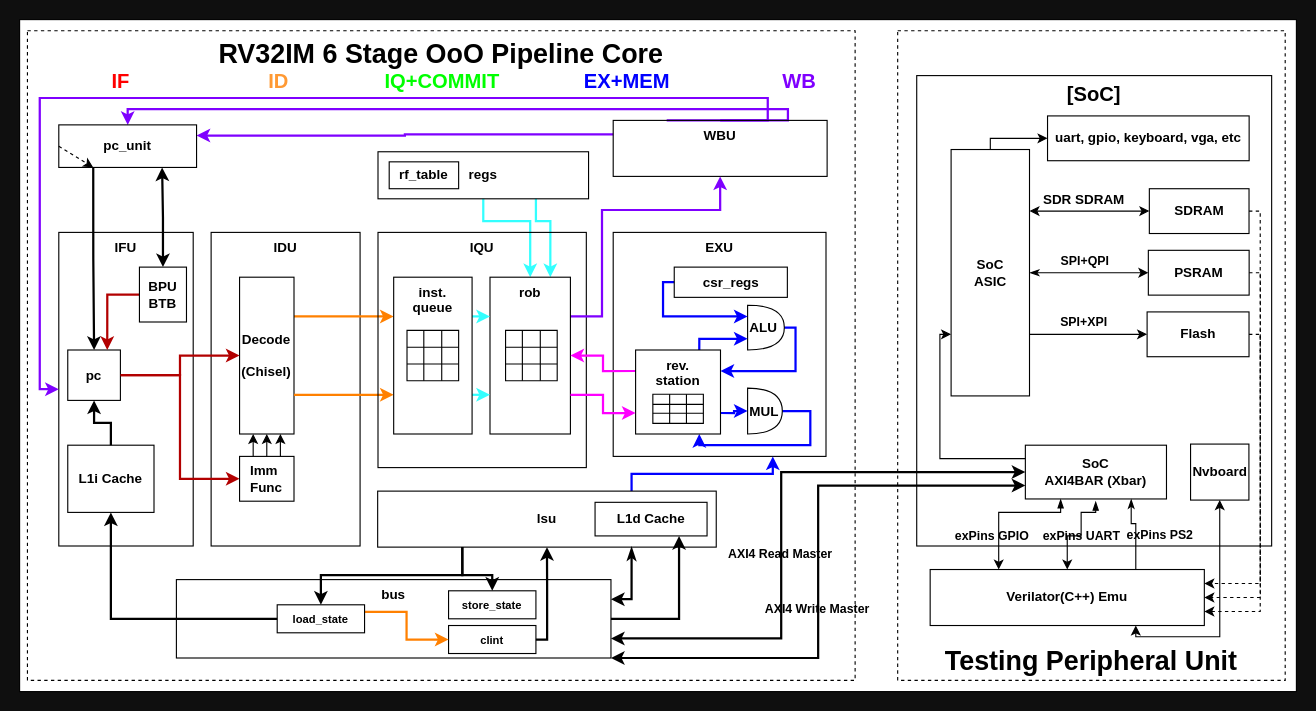
Kingfish404/raptor-chip keeps this draw.io diagram as docs/assets/npc-pipeline.drawio. Above is the earlier version. Source tidied: cells renumbered, new cells numbered last; positions are measured from the earlier drawing's top-left corner, leaving out a move shared by most shapes. Both pictures are drawn from the tidied source at 112%, with x=0, y=0 at pixel (19, 19).
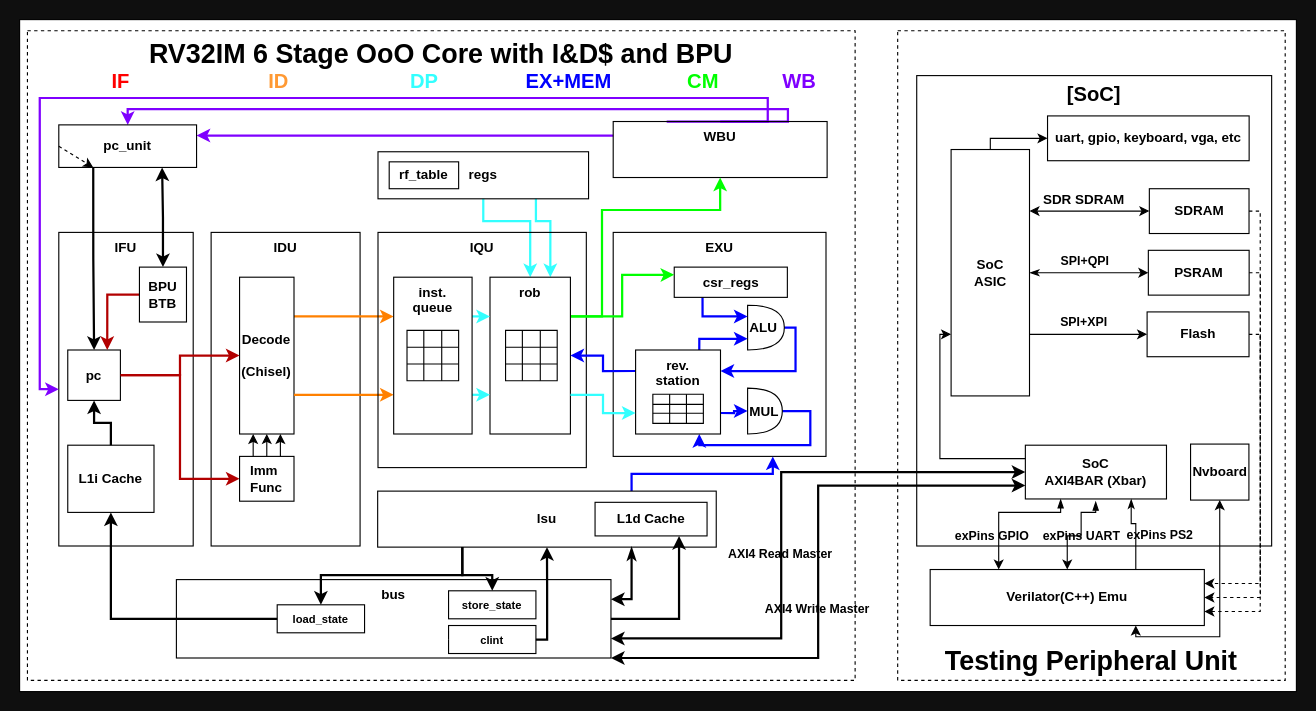
The same page after the edit.

The change refers to these unchanged cells:
```xml
<mxCell id="16" value="ALU" style="shape=or;whiteSpace=wrap;html=1;rounded=0;strokeColor=default;gradientColor=none;align=left;fontStyle=1;fillColor=none;" parent="1" vertex="1">
  <mxGeometry x="650" y="255" width="32.8" height="40" as="geometry" />
</mxCell>
<mxCell id="45" value="clint" style="whiteSpace=wrap;html=1;fontStyle=1;fontSize=10;fillColor=none;" parent="1" vertex="1">
  <mxGeometry x="383" y="541" width="78" height="25" as="geometry" />
</mxCell>
<mxCell id="65" value="csr_regs" style="rounded=0;whiteSpace=wrap;html=1;strokeColor=default;gradientColor=none;fontStyle=1;fillColor=none;" parent="1" vertex="1">
  <mxGeometry x="584.5" y="221" width="101" height="27" as="geometry" />
</mxCell>
<mxCell id="75" value="load_state" style="whiteSpace=wrap;html=1;fontStyle=1;fontSize=10;fillColor=none;" parent="1" vertex="1">
  <mxGeometry x="230" y="522.5" width="78" height="25" as="geometry" />
</mxCell>
<mxCell id="84" value="rob" style="whiteSpace=wrap;html=1;verticalAlign=top;fontStyle=1;" parent="1" vertex="1">
  <mxGeometry x="420" y="230" width="71.8" height="140" as="geometry" />
</mxCell>
<mxCell id="91" value="rev.&lt;br&gt;station" style="whiteSpace=wrap;html=1;verticalAlign=top;fontStyle=1;" parent="1" vertex="1">
  <mxGeometry x="550" y="295" width="75.8" height="75" as="geometry" />
</mxCell>
```

Diff of the diagram source:
```diff
@@
-    <mxCell id="4" value="&lt;span&gt;&lt;font style=&quot;font-size: 24px;&quot;&gt;RV32IM 6 Stage OoO Pipeline Core&lt;/font&gt;&lt;/span&gt;" style="whiteSpace=wrap;html=1;rounded=0;glass=0;dashed=1;sketch=0;fontSize=18;verticalAlign=top;fontStyle=1;fillColor=none;" parent="1" vertex="1">
+    <mxCell id="4" value="&lt;span&gt;&lt;font style=&quot;font-size: 24px;&quot;&gt;RV32IM 6 Stage OoO&amp;nbsp;&lt;/font&gt;&lt;/span&gt;&lt;span style=&quot;font-size: 24px;&quot;&gt;Core&lt;/span&gt;&lt;span&gt;&lt;font style=&quot;font-size: 24px;&quot;&gt;&amp;nbsp;with I&amp;amp;D$ and BPU&lt;/font&gt;&lt;/span&gt;" style="whiteSpace=wrap;html=1;rounded=0;glass=0;dashed=1;sketch=0;fontSize=18;verticalAlign=top;fontStyle=1;fillColor=none;" parent="1" vertex="1">
       <mxGeometry x="7" y="10" width="739" height="580" as="geometry" />
     </mxCell>
@@
     <mxCell id="63" value="&lt;span style=&quot;&quot;&gt;WBU&lt;/span&gt;" style="rounded=0;whiteSpace=wrap;html=1;gradientColor=none;arcSize=7;verticalAlign=top;fontStyle=1;fillColor=none;" parent="1" vertex="1">
-      <mxGeometry x="530" y="90" width="191" height="50" as="geometry" />
+      <mxGeometry x="530" y="91" width="191" height="50" as="geometry" />
     </mxCell>
-    <mxCell id="64" style="edgeStyle=orthogonalEdgeStyle;html=1;exitX=0;exitY=0.5;exitDx=0;exitDy=0;entryX=0;entryY=0.25;entryDx=0;entryDy=0;entryPerimeter=0;rounded=0;strokeWidth=2;fillColor=#0050ef;strokeColor=#0000FF;" parent="1" edge="1" source="65" target="16">
+    <mxCell id="64" style="edgeStyle=orthogonalEdgeStyle;html=1;exitX=0.25;exitY=1;exitDx=0;exitDy=0;entryX=0;entryY=0.25;entryDx=0;entryDy=0;entryPerimeter=0;rounded=0;strokeWidth=2;fillColor=#0050ef;strokeColor=#0000FF;" parent="1" edge="1" source="65" target="16">
       <mxGeometry relative="1" as="geometry" />
     </mxCell>
@@
-    <mxCell id="74" style="edgeStyle=orthogonalEdgeStyle;rounded=0;html=1;exitX=1;exitY=0.25;exitDx=0;exitDy=0;entryX=0;entryY=0.5;entryDx=0;entryDy=0;strokeColor=#FF8000;strokeWidth=2;fontSize=10;fontColor=#FF8000;startArrow=none;startFill=0;" parent="1" edge="1" source="75" target="45">
+    <mxCell id="74" style="edgeStyle=orthogonalEdgeStyle;rounded=0;html=1;exitX=1;exitY=0.25;exitDx=0;exitDy=0;entryX=0;entryY=0.5;entryDx=0;entryDy=0;strokeColor=#FFFFFF;strokeWidth=2;fontSize=10;fontColor=#FF8000;startArrow=none;startFill=0;" parent="1" edge="1" source="75" target="45">
       <mxGeometry relative="1" as="geometry" />
     </mxCell>
@@
-    <mxCell id="83" style="edgeStyle=orthogonalEdgeStyle;rounded=0;html=1;exitX=1;exitY=0.25;exitDx=0;exitDy=0;entryX=0.5;entryY=1;entryDx=0;entryDy=0;strokeColor=#7F00FF;strokeWidth=2;fontColor=#00FF00;" parent="1" edge="1" source="84" target="63">
+    <mxCell id="83" style="edgeStyle=orthogonalEdgeStyle;rounded=0;html=1;exitX=1;exitY=0.25;exitDx=0;exitDy=0;entryX=0.5;entryY=1;entryDx=0;entryDy=0;strokeColor=#00FF00;strokeWidth=2;fontColor=#00FF00;fillColor=#60a917;" parent="1" edge="1" source="84" target="63">
       <mxGeometry relative="1" as="geometry">
         <Array as="points">
           <mxPoint x="520" y="265" />
           <mxPoint x="520" y="170" />
           <mxPoint x="626" y="170" />
         </Array>
       </mxGeometry>
     </mxCell>
+    <mxCell id="136" style="edgeStyle=orthogonalEdgeStyle;html=1;exitX=1;exitY=0.25;exitDx=0;exitDy=0;entryX=0;entryY=0.25;entryDx=0;entryDy=0;strokeColor=#00FF00;fontColor=#00FF00;rounded=0;strokeWidth=2;" parent="1" edge="1" source="84" target="65">
+      <mxGeometry relative="1" as="geometry">
+        <Array as="points">
+          <mxPoint x="538" y="265" />
+          <mxPoint x="538" y="228" />
+          <mxPoint x="570" y="228" />
+        </Array>
+      </mxGeometry>
+    </mxCell>
@@
-    <mxCell id="88" style="edgeStyle=orthogonalEdgeStyle;rounded=0;html=1;exitX=0;exitY=0.25;exitDx=0;exitDy=0;fontStyle=0;strokeWidth=2;fillColor=#60a917;strokeColor=#FF00FF;" parent="1" edge="1" source="91" target="84">
+    <mxCell id="88" style="edgeStyle=orthogonalEdgeStyle;rounded=0;html=1;exitX=0;exitY=0.25;exitDx=0;exitDy=0;fontStyle=0;strokeWidth=2;fillColor=#60a917;strokeColor=#0000FF;" parent="1" edge="1" source="91" target="84">
       <mxGeometry relative="1" as="geometry" />
     </mxCell>
@@
-    <mxCell id="92" style="edgeStyle=orthogonalEdgeStyle;rounded=0;html=1;exitX=1;exitY=0.75;exitDx=0;exitDy=0;entryX=0;entryY=0.75;entryDx=0;entryDy=0;fontStyle=0;strokeWidth=2;fillColor=#60a917;strokeColor=#FF00FF;" parent="1" edge="1" source="84" target="91">
+    <mxCell id="92" style="edgeStyle=orthogonalEdgeStyle;rounded=0;html=1;exitX=1;exitY=0.75;exitDx=0;exitDy=0;entryX=0;entryY=0.75;entryDx=0;entryDy=0;fontStyle=0;strokeWidth=2;fillColor=#60a917;strokeColor=#33FFFF;" parent="1" edge="1" source="84" target="91">
       <mxGeometry relative="1" as="geometry" />
     </mxCell>
     <mxCell id="93" value="EX+MEM" style="text;html=1;align=center;verticalAlign=middle;strokeColor=none;fillColor=none;fontSize=18;fontStyle=1;fontColor=#0000FF;" parent="1" vertex="1">
-      <mxGeometry x="491.8" y="36" width="100" height="40" as="geometry" />
+      <mxGeometry x="440" y="36" width="100" height="40" as="geometry" />
     </mxCell>
@@
-    <mxCell id="95" value="IQ+COMMIT" style="text;html=1;align=center;verticalAlign=middle;fillColor=none;fontSize=18;fontStyle=1;fontColor=#00FF00;" parent="1" vertex="1">
-      <mxGeometry x="311.5" y="36" width="130" height="40" as="geometry" />
-    </mxCell>
@@
+    <mxCell id="137" value="&lt;font color=&quot;#33ffff&quot;&gt;DP&lt;/font&gt;" style="text;html=1;align=center;verticalAlign=middle;fillColor=none;fontSize=18;fontStyle=1;fontColor=#00FF00;" parent="1" vertex="1">
+      <mxGeometry x="336" y="36" width="50" height="40" as="geometry" />
+    </mxCell>
+    <mxCell id="138" value="CM" style="text;html=1;align=center;verticalAlign=middle;fontSize=18;fontStyle=1;fontColor=#00FF00;" parent="1" vertex="1">
+      <mxGeometry x="584.5" y="36" width="50" height="40" as="geometry" />
+    </mxCell>
```
